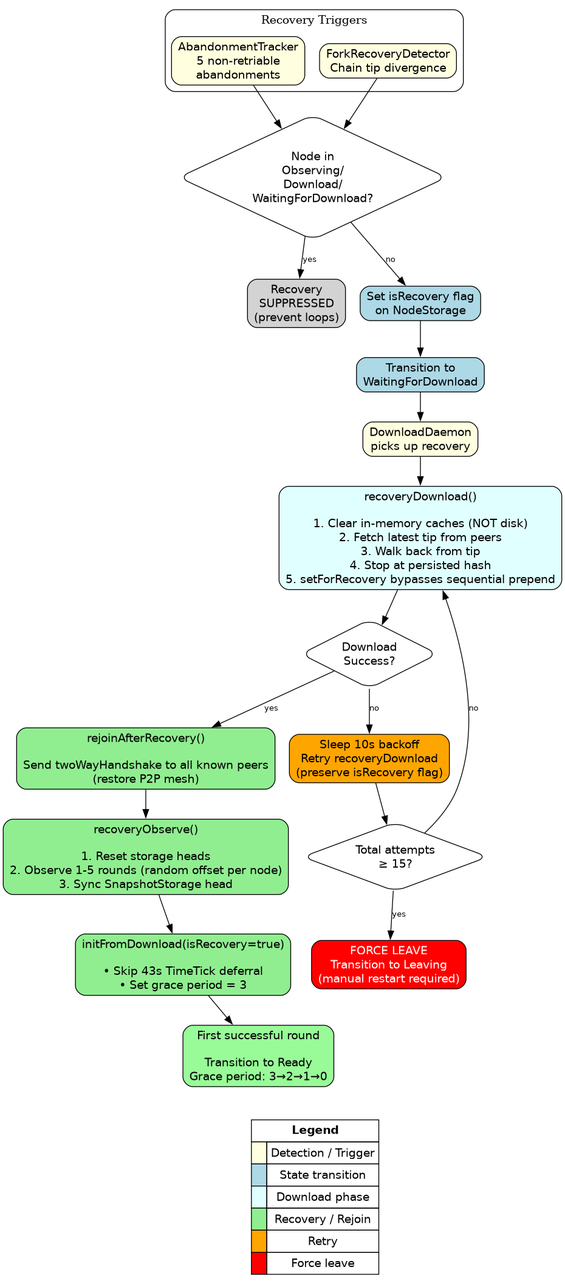
This is docs/consensus/diagrams/recovery-decision-tree.png from Constellation-Labs/tessellation, a Graphviz export, as it was before one commit. Its source is kept beside it as docs/consensus/diagrams/recovery-decision-tree.dot.
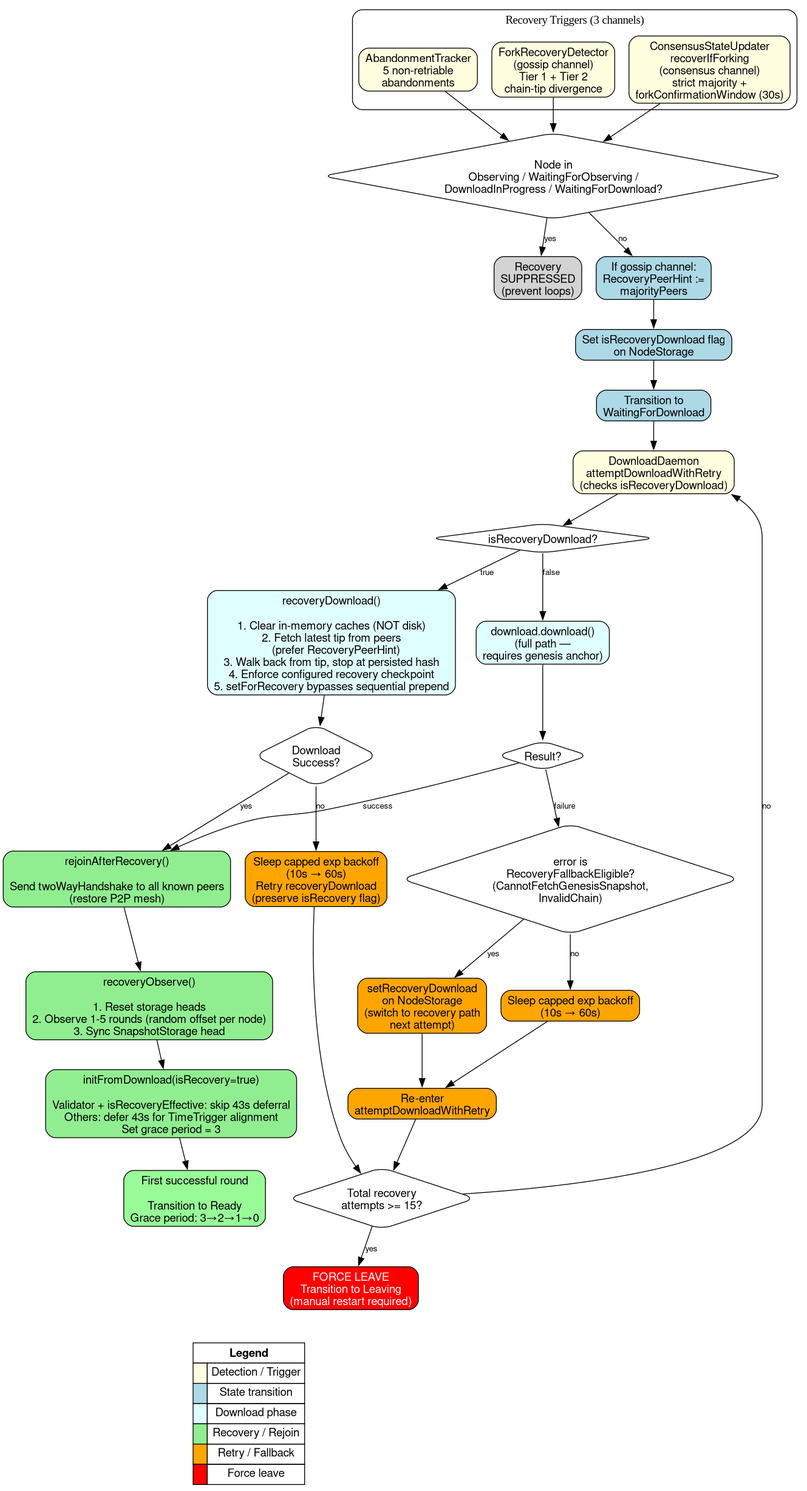
Above is the later version.

Diff of the diagram source:
```diff
@@ -5,25 +5,30 @@
     edge [fontname="Helvetica", fontsize=10];
 
     subgraph cluster_triggers {
-        label="Recovery Triggers";
+        label="Recovery Triggers (3 channels)";
         style=rounded;
         fillcolor="lightyellow";
 
         AbandonTrigger [label="AbandonmentTracker\n5 non-retriable\nabandonments", style="rounded,filled", fillcolor="lightyellow"];
-        ForkTrigger [label="ForkRecoveryDetector\nChain tip divergence", style="rounded,filled", fillcolor="lightyellow"];
+        ForkTrigger [label="ForkRecoveryDetector\n(gossip channel)\nTier 1 + Tier 2\nchain-tip divergence", style="rounded,filled", fillcolor="lightyellow"];
+        ConsensusForkTrigger [label="ConsensusStateUpdater\nrecoverIfForking\n(consensus channel)\nstrict majority +\nforkConfirmationWindow (30s)", style="rounded,filled", fillcolor="lightyellow"];
     }
 
-    StateGuard [shape=diamond, label="Node in\nObserving/\nDownload/\nWaitingForDownload?"];
+    StateGuard [shape=diamond, label="Node in\nObserving / WaitingForObserving /\nDownloadInProgress / WaitingForDownload?"];
 
     AbandonTrigger -> StateGuard;
     ForkTrigger -> StateGuard;
+    ConsensusForkTrigger -> StateGuard;
 
     StateGuard -> Suppressed [label="yes"];
     Suppressed [label="Recovery\nSUPPRESSED\n(prevent loops)", style="rounded,filled", fillcolor="lightgray"];
 
-    StateGuard -> SetFlag [label="no"];
+    StateGuard -> SetHint [label="no"];
 
-    SetFlag [label="Set isRecovery flag\non NodeStorage", style="rounded,filled", fillcolor="lightblue"];
+    SetHint [label="If gossip channel:\nRecoveryPeerHint :=\nmajorityPeers", style="rounded,filled", fillcolor="lightblue"];
+    SetHint -> SetFlag;
+
+    SetFlag [label="Set isRecoveryDownload flag\non NodeStorage", style="rounded,filled", fillcolor="lightblue"];
 
     SetFlag -> Transition;
 
@@ -31,26 +36,50 @@
 
     Transition -> DownloadDaemon;
 
-    DownloadDaemon [label="DownloadDaemon\npicks up recovery", style="rounded,filled", fillcolor="lightyellow"];
+    DownloadDaemon [label="DownloadDaemon\nattemptDownloadWithRetry\n(checks isRecoveryDownload)", style="rounded,filled", fillcolor="lightyellow"];
 
-    DownloadDaemon -> RecoveryDownload;
+    DownloadDaemon -> PathChoice;
 
-    RecoveryDownload [label="recoveryDownload()\n\n1. Clear in-memory caches (NOT disk)\n2. Fetch latest tip from peers\n3. Walk back from tip\n4. Stop at persisted hash\n5. setForRecovery bypasses sequential prepend", style="rounded,filled", fillcolor="lightcyan"];
+    PathChoice [shape=diamond, label="isRecoveryDownload?"];
+
+    PathChoice -> RecoveryDownload [label="true"];
+    PathChoice -> FullDownload [label="false"];
+
+    FullDownload [label="download.download()\n(full path —\nrequires genesis anchor)", style="rounded,filled", fillcolor="lightcyan"];
+    FullDownload -> FullResult;
+
+    FullResult [shape=diamond, label="Result?"];
+    FullResult -> Rejoin [label="success"];
+    FullResult -> FallbackCheck [label="failure"];
+
+    FallbackCheck [shape=diamond, label="error is\nRecoveryFallbackEligible?\n(CannotFetchGenesisSnapshot,\nInvalidChain)"];
+    FallbackCheck -> SetFallback [label="yes"];
+    FallbackCheck -> RetryFull [label="no"];
+
+    SetFallback [label="setRecoveryDownload\non NodeStorage\n(switch to recovery path\nnext attempt)", style="rounded,filled", fillcolor="orange"];
+    SetFallback -> Backoff;
+
+    RetryFull [label="Sleep capped exp backoff\n(10s → 60s)", style="rounded,filled", fillcolor="orange"];
+    RetryFull -> Backoff;
+    Backoff [label="Re-enter\nattemptDownloadWithRetry", style="rounded,filled", fillcolor="orange"];
+    Backoff -> CheckTotalAttempts;
+
+    RecoveryDownload [label="recoveryDownload()\n\n1. Clear in-memory caches (NOT disk)\n2. Fetch latest tip from peers\n   (prefer RecoveryPeerHint)\n3. Walk back from tip, stop at persisted hash\n4. Enforce configured recovery checkpoint\n5. setForRecovery bypasses sequential prepend", style="rounded,filled", fillcolor="lightcyan"];
 
     RecoveryDownload -> DownloadResult;
 
     DownloadResult [shape=diamond, label="Download\nSuccess?"];
 
     DownloadResult -> Rejoin [label="yes"];
-    DownloadResult -> DownloadRetry [label="no"];
+    DownloadResult -> RecoveryRetry [label="no"];
 
-    DownloadRetry [label="Sleep 10s backoff\nRetry recoveryDownload\n(preserve isRecovery flag)", style="rounded,filled", fillcolor="orange"];
-    DownloadRetry -> CheckTotalAttempts;
+    RecoveryRetry [label="Sleep capped exp backoff\n(10s → 60s)\nRetry recoveryDownload\n(preserve isRecovery flag)", style="rounded,filled", fillcolor="orange"];
+    RecoveryRetry -> CheckTotalAttempts;
 
-    CheckTotalAttempts [shape=diamond, label="Total attempts\n≥ 15?"];
+    CheckTotalAttempts [shape=diamond, label="Total recovery\nattempts >= 15?"];
 
     CheckTotalAttempts -> ForceLeave [label="yes"];
-    CheckTotalAttempts -> RecoveryDownload [label="no"];
+    CheckTotalAttempts -> DownloadDaemon [label="no"];
 
     ForceLeave [label="FORCE LEAVE\nTransition to Leaving\n(manual restart required)", style="rounded,filled", fillcolor="red", fontcolor="white"];
 
@@ -62,7 +91,7 @@
 
     RecoveryObserve -> InitFromDownload;
 
-    InitFromDownload [label="initFromDownload(isRecovery=true)\n\n• Skip 43s TimeTick deferral\n• Set grace period = 3", style="rounded,filled", fillcolor="lightgreen"];
+    InitFromDownload [label="initFromDownload(isRecovery=true)\n\nValidator + isRecoveryEffective: skip 43s deferral\nOthers: defer 43s for TimeTrigger alignment\nSet grace period = 3", style="rounded,filled", fillcolor="lightgreen"];
 
     InitFromDownload -> FirstRound;
 
@@ -75,7 +104,7 @@
         <TR><TD BGCOLOR="lightblue">  </TD><TD>State transition</TD></TR>
         <TR><TD BGCOLOR="lightcyan">  </TD><TD>Download phase</TD></TR>
         <TR><TD BGCOLOR="lightgreen">  </TD><TD>Recovery / Rejoin</TD></TR>
-        <TR><TD BGCOLOR="orange">  </TD><TD>Retry</TD></TR>
+        <TR><TD BGCOLOR="orange">  </TD><TD>Retry / Fallback</TD></TR>
         <TR><TD BGCOLOR="red">  </TD><TD>Force leave</TD></TR>
         </TABLE>
     >];
```
